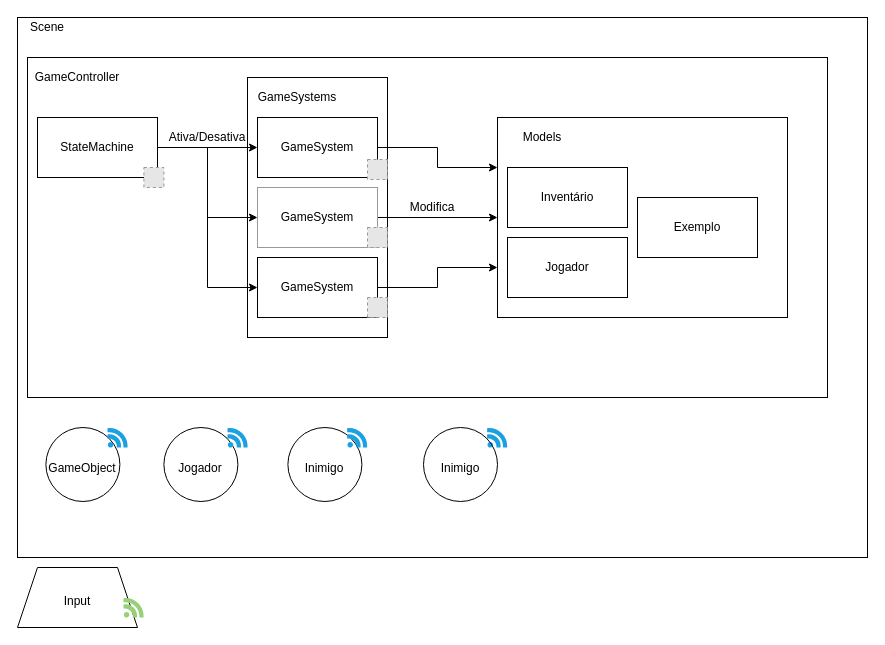
The draw.io diagram page "[HDL] PubSub" (4 of 4) of 1nnocent.drawio in Hollow-Ice-Studio/GitInitials, before the edit. Source tidied: cells renumbered, new cells numbered last; positions are measured from the earlier drawing's top-left corner, leaving out a move shared by most shapes. Both pictures are drawn from the tidied source at 100%, with x=0, y=0 at pixel (17, 17). Pictures stored in the file or linked from it are replaced by grey dashed boxes.
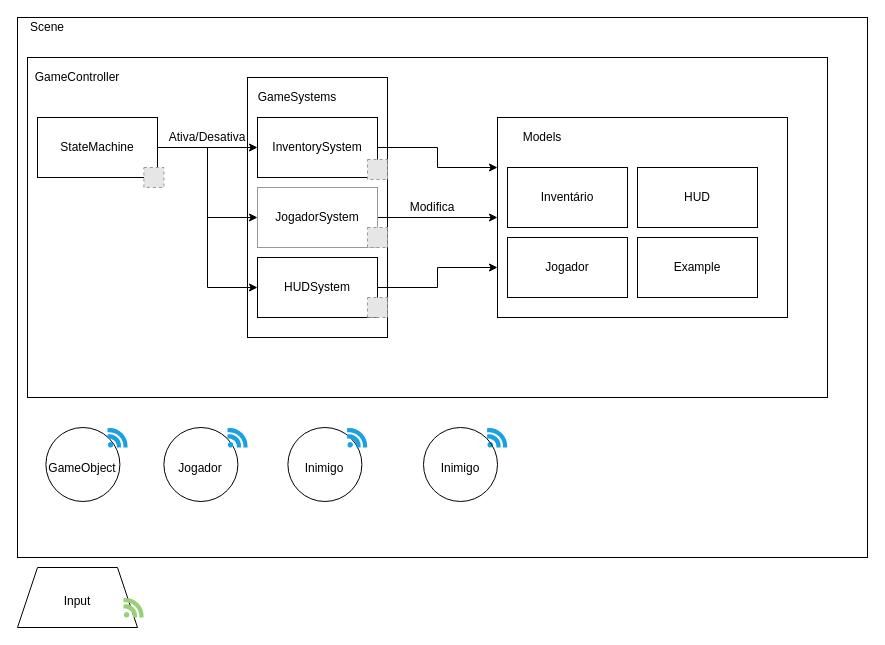
The same page after the edit.

Diff of the diagram source:
```diff
@@
-    <mxCell id="7" value="GameSystem" style="rounded=0;whiteSpace=wrap;html=1;" parent="1" vertex="1">
+    <mxCell id="7" value="InventorySystem" style="rounded=0;whiteSpace=wrap;html=1;" parent="1" vertex="1">
       <mxGeometry x="240" y="100" width="120" height="60" as="geometry" />
     </mxCell>
@@
-    <mxCell id="13" value="GameSystem" style="rounded=0;whiteSpace=wrap;html=1;strokeColor=#999999;" parent="1" vertex="1">
+    <mxCell id="13" value="JogadorSystem" style="rounded=0;whiteSpace=wrap;html=1;strokeColor=#999999;" parent="1" vertex="1">
       <mxGeometry x="240" y="170" width="120" height="60" as="geometry" />
     </mxCell>
@@
-    <mxCell id="15" value="GameSystem" style="rounded=0;whiteSpace=wrap;html=1;" parent="1" vertex="1">
+    <mxCell id="15" value="HUDSystem" style="rounded=0;whiteSpace=wrap;html=1;" parent="1" vertex="1">
       <mxGeometry x="240" y="240" width="120" height="60" as="geometry" />
     </mxCell>
@@
-    <mxCell id="22" value="Exemplo" style="rounded=0;whiteSpace=wrap;html=1;" parent="1" vertex="1">
-      <mxGeometry x="620" y="180" width="120" height="60" as="geometry" />
+    <mxCell id="22" value="HUD" style="rounded=0;whiteSpace=wrap;html=1;" parent="1" vertex="1">
+      <mxGeometry x="620" y="150" width="120" height="60" as="geometry" />
     </mxCell>
@@
+    <mxCell id="39" value="Example" style="rounded=0;whiteSpace=wrap;html=1;" parent="1" vertex="1">
+      <mxGeometry x="620" y="220" width="120" height="60" as="geometry" />
+    </mxCell>
```
